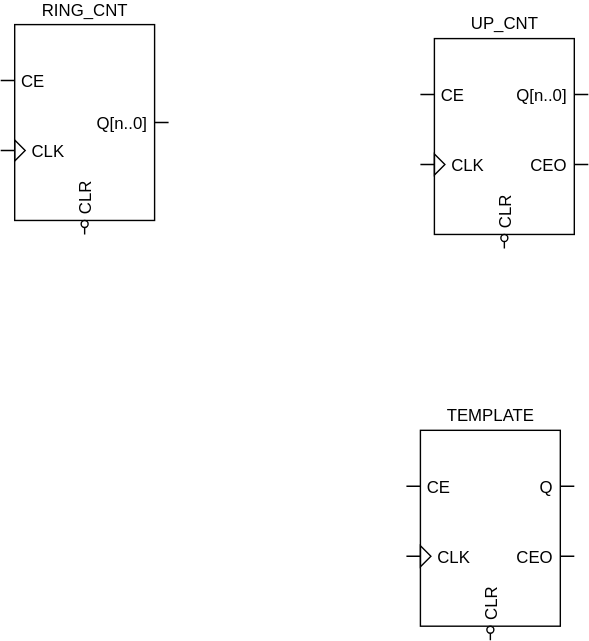
Before: countdown-timer-rtl.drawio.svg, a diagram exported from draw.io (domikal792/amsuc_proj). Source tidied: cells renumbered, new cells last; positions are measured from the earlier drawing's top-left corner, leaving out a move shared by most shapes. Source of this version:
```xml
<mxGraphModel>
  <root>
    <mxCell id="0" />
    <mxCell id="1" parent="0" />
    <mxCell id="2" value="UP_CNT" style="shadow=0;dashed=0;align=center;html=1;strokeWidth=1;shape=mxgraph.rtl.abstract.entity;kind=sequential;drawPins=1;left=2;right=2;bottom=1;top=0;leftArr=CE,CLK:clk;rightArr=Q[n..0],CEO;rightRot=180;bottomArr=CLR:not;movableLabel=1;" parent="1" vertex="1">
      <mxGeometry x="300" y="10" width="120" height="160" as="geometry">
        <mxPoint y="-80" as="offset" />
      </mxGeometry>
    </mxCell>
    <mxCell id="3" value="RING_CNT" style="shadow=0;dashed=0;align=center;html=1;strokeWidth=1;shape=mxgraph.rtl.abstract.entity;kind=sequential;drawPins=1;left=2;right=1;bottom=1;top=0;leftArr=CE,CLK:clk;rightArr=Q[n..0];rightRot=180;bottomArr=CLR:not;movableLabel=1;" parent="1" vertex="1">
      <mxGeometry width="120" height="160" as="geometry">
        <mxPoint y="-80" as="offset" />
      </mxGeometry>
    </mxCell>
    <mxCell id="4" value="TEMPLATE" style="shadow=0;dashed=0;align=center;html=1;strokeWidth=1;shape=mxgraph.rtl.abstract.entity;kind=sequential;drawPins=1;left=2;right=2;bottom=1;top=0;leftArr=CE,CLK:clk;rightArr=Q,CEO;rightRot=180;bottomArr=CLR:not;movableLabel=1;" parent="1" vertex="1">
      <mxGeometry x="290" y="290" width="120" height="160" as="geometry">
        <mxPoint y="-80" as="offset" />
      </mxGeometry>
    </mxCell>
  </root>
</mxGraphModel>
```
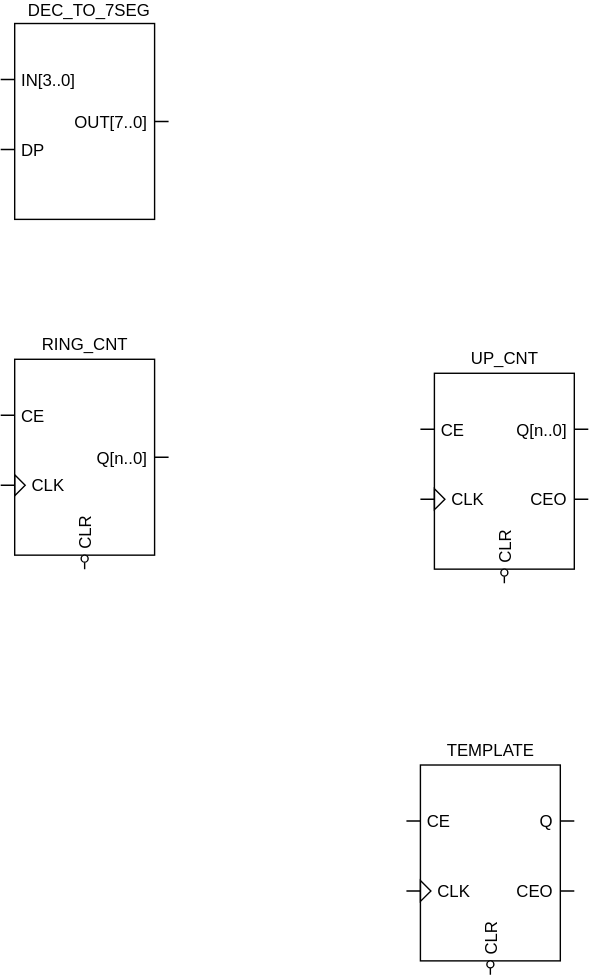
The same diagram one commit later.

Commit message:
feat: dec to 7seg converter

What changed in the source:
```diff
@@ -17,5 +17,10 @@
         <mxPoint y="-80" as="offset" />
       </mxGeometry>
     </mxCell>
+    <mxCell id="5" value="DEC_TO_7SEG" style="shadow=0;dashed=0;align=center;html=1;strokeWidth=1;shape=mxgraph.rtl.abstract.entity;kind=sequential;drawPins=1;left=2;right=1;bottom=0;top=0;leftArr=IN[3..0],DP;rightArr=OUT[7..0];movableLabel=1;" parent="1" vertex="1">
+      <mxGeometry y="-240" width="120" height="160" as="geometry">
+        <mxPoint x="3" y="-79" as="offset" />
+      </mxGeometry>
+    </mxCell>
   </root>
 </mxGraphModel>
```
